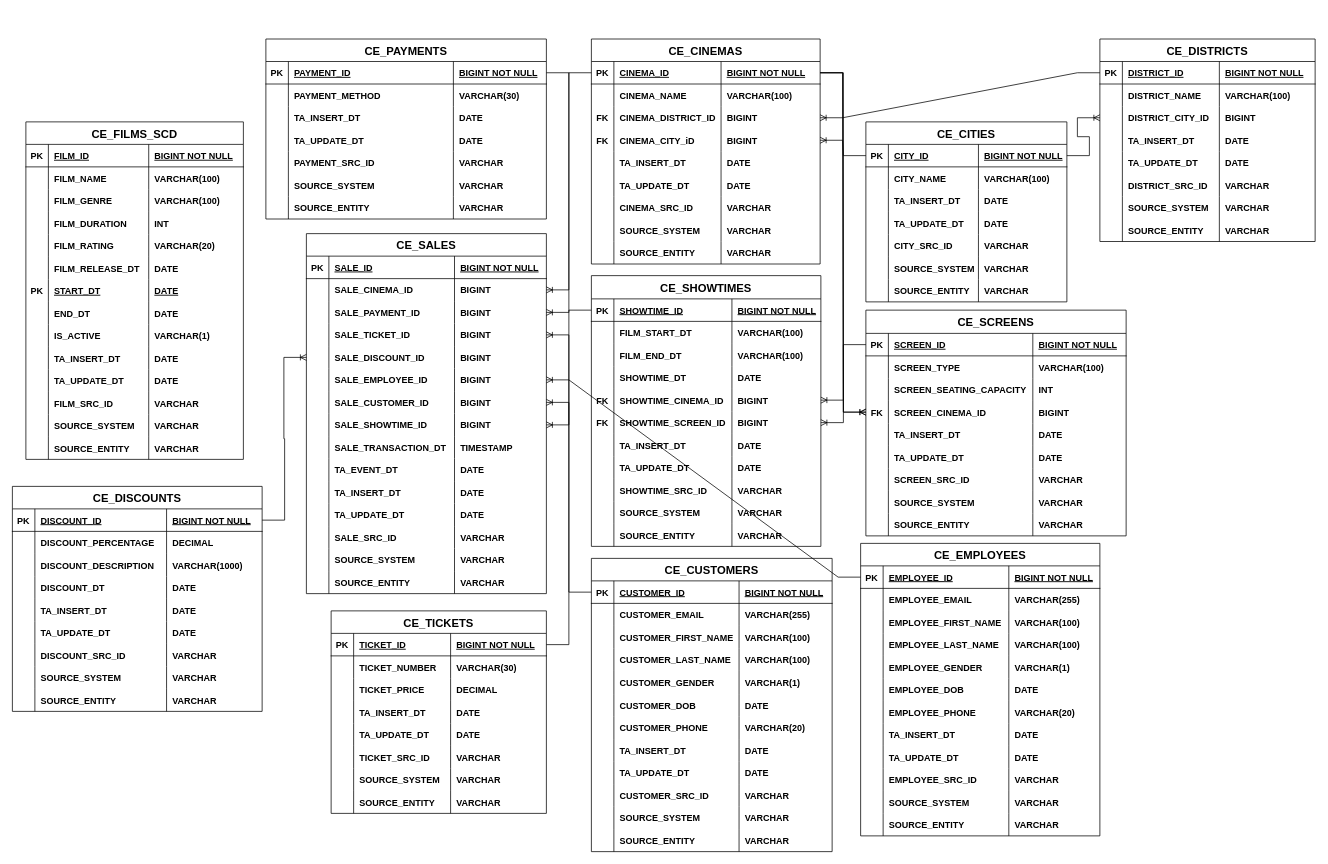
Above: ticket_sales_3NF.drawio in GiorgiEz/DB-modeling (draw.io), before the change. Source tidied: cells renumbered, new cells numbered last; positions are measured from the earlier drawing's top-left corner, leaving out a move shared by most shapes. Both pictures are drawn from the tidied source at 75%, with x=0, y=0 at pixel (12, 12).
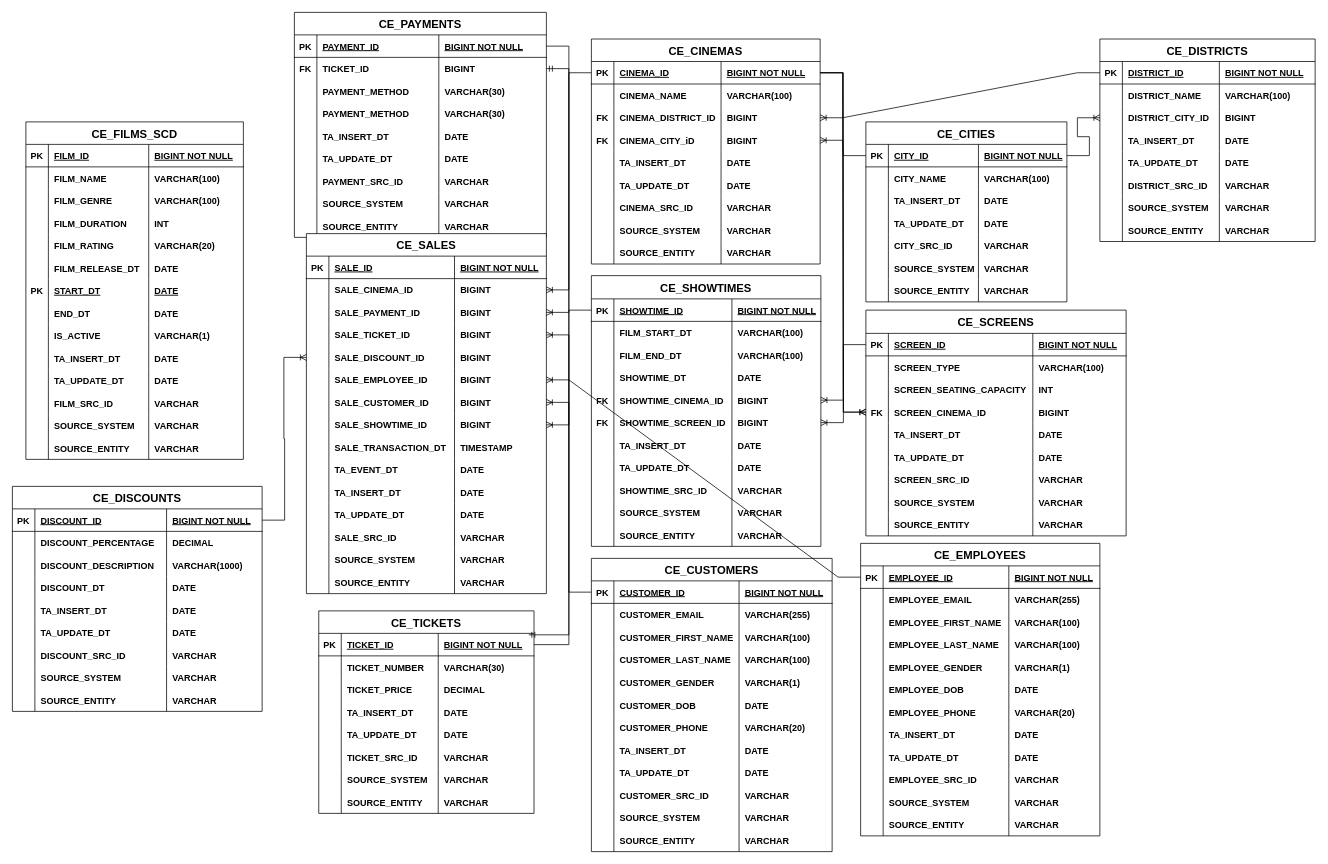
The same diagram, later.

The change refers to these unchanged cells:
```xml
<mxCell id="171" style="shape=partialRectangle;fillColor=none;points=[[0,0.5],[1,0.5]];portConstraint=eastwest;top=0;left=0;right=0;bottom=1;" parent="170" vertex="1">
  <mxGeometry y="30" width="287" height="30" as="geometry" />
</mxCell>
```

The edit, as a diff of the source:
```diff
@@
     <mxCell id="170" value="CE_TICKETS" style="shape=table;startSize=30;childLayout=tableLayout;rowLines=0;fontStyle=1;align=center;fontSize=15;" parent="1" vertex="1">
-      <mxGeometry x="425" y="798" width="287" height="270" as="geometry" />
+      <mxGeometry x="408.5" y="798" width="287" height="270" as="geometry" />
     </mxCell>
@@
     <mxCell id="203" value="CE_PAYMENTS" style="shape=table;startSize=30;childLayout=tableLayout;rowLines=0;fontStyle=1;align=center;fontSize=15;" parent="1" vertex="1">
-      <mxGeometry x="338" y="35.5" width="374" height="240" as="geometry" />
+      <mxGeometry x="376" width="336" height="300" as="geometry" />
     </mxCell>
     <mxCell id="204" style="shape=partialRectangle;fillColor=none;points=[[0,0.5],[1,0.5]];portConstraint=eastwest;top=0;left=0;right=0;bottom=1;" parent="203" vertex="1">
-      <mxGeometry y="30" width="374" height="30" as="geometry" />
+      <mxGeometry y="30" width="336" height="30" as="geometry" />
     </mxCell>
@@
     <mxCell id="206" value="PAYMENT_ID" style="shape=partialRectangle;overflow=hidden;fillColor=none;top=0;left=0;bottom=0;right=0;align=left;spacingLeft=6;fontStyle=5;" parent="204" vertex="1">
-      <mxGeometry x="30" width="220" height="30" as="geometry" />
+      <mxGeometry x="30" width="162.6" height="30" as="geometry" />
     </mxCell>
     <mxCell id="207" value="BIGINT NOT NULL" style="shape=partialRectangle;overflow=hidden;fillColor=none;top=0;left=0;bottom=0;right=0;align=left;spacingLeft=6;fontStyle=5;" parent="204" vertex="1">
-      <mxGeometry x="250" width="124" height="30" as="geometry" />
+      <mxGeometry x="192.6" width="143.4" height="30" as="geometry" />
     </mxCell>
+    <mxCell id="512" style="shape=partialRectangle;fillColor=none;points=[[0,0.5],[1,0.5]];portConstraint=eastwest;top=0;left=0;right=0;bottom=0;" parent="203" vertex="1">
+      <mxGeometry y="60" width="336" height="30" as="geometry" />
+    </mxCell>
+    <mxCell id="513" value="FK" style="shape=partialRectangle;overflow=hidden;fillColor=none;top=0;left=0;bottom=0;right=0;fontStyle=1;" parent="512" vertex="1">
+      <mxGeometry width="30" height="30" as="geometry" />
+    </mxCell>
+    <mxCell id="514" value="TICKET_ID" style="shape=partialRectangle;overflow=hidden;fillColor=none;top=0;left=0;bottom=0;right=0;align=left;spacingLeft=6;fontStyle=1;" parent="512" vertex="1">
+      <mxGeometry x="30" width="162.6" height="30" as="geometry" />
+    </mxCell>
+    <mxCell id="515" value="BIGINT" style="shape=partialRectangle;overflow=hidden;fillColor=none;top=0;left=0;bottom=0;right=0;align=left;spacingLeft=6;fontStyle=1;" parent="512" vertex="1">
+      <mxGeometry x="192.6" width="143.4" height="30" as="geometry" />
+    </mxCell>
+    <mxCell id="516" style="shape=partialRectangle;fillColor=none;top=0;left=0;right=0;bottom=0;" parent="203" vertex="1">
+      <mxGeometry y="90" width="336" height="30" as="geometry" />
+    </mxCell>
+    <mxCell id="517" style="shape=partialRectangle;overflow=hidden;fillColor=none;top=0;left=0;bottom=0;right=0;" parent="516" vertex="1">
+      <mxGeometry width="30" height="30" as="geometry" />
+    </mxCell>
+    <mxCell id="518" value="PAYMENT_METHOD" style="shape=partialRectangle;overflow=hidden;fillColor=none;top=0;left=0;bottom=0;right=0;align=left;spacingLeft=6;fontStyle=1;" parent="516" vertex="1">
+      <mxGeometry x="30" width="162.6" height="30" as="geometry" />
+    </mxCell>
+    <mxCell id="519" value="VARCHAR(30)" style="shape=partialRectangle;overflow=hidden;fillColor=none;top=0;left=0;bottom=0;right=0;align=left;spacingLeft=6;fontStyle=1;" parent="516" vertex="1">
+      <mxGeometry x="192.6" width="143.4" height="30" as="geometry" />
+    </mxCell>
     <mxCell id="208" style="shape=partialRectangle;fillColor=none;top=0;left=0;right=0;bottom=0;" parent="203" vertex="1">
-      <mxGeometry y="60" width="374" height="30" as="geometry" />
+      <mxGeometry y="120" width="336" height="30" as="geometry" />
     </mxCell>
@@
     <mxCell id="210" value="PAYMENT_METHOD" style="shape=partialRectangle;overflow=hidden;fillColor=none;top=0;left=0;bottom=0;right=0;align=left;spacingLeft=6;fontStyle=1;" parent="208" vertex="1">
-      <mxGeometry x="30" width="220" height="30" as="geometry" />
+      <mxGeometry x="30" width="162.6" height="30" as="geometry" />
     </mxCell>
     <mxCell id="211" value="VARCHAR(30)" style="shape=partialRectangle;overflow=hidden;fillColor=none;top=0;left=0;bottom=0;right=0;align=left;spacingLeft=6;fontStyle=1;" parent="208" vertex="1">
-      <mxGeometry x="250" width="124" height="30" as="geometry" />
+      <mxGeometry x="192.6" width="143.4" height="30" as="geometry" />
     </mxCell>
     <mxCell id="212" style="shape=partialRectangle;fillColor=none;top=0;left=0;right=0;bottom=0;" parent="203" vertex="1">
-      <mxGeometry y="90" width="374" height="30" as="geometry" />
+      <mxGeometry y="150" width="336" height="30" as="geometry" />
     </mxCell>
@@
     <mxCell id="214" value="TA_INSERT_DT" style="shape=partialRectangle;overflow=hidden;fillColor=none;top=0;left=0;bottom=0;right=0;align=left;spacingLeft=6;fontStyle=1;" parent="212" vertex="1">
-      <mxGeometry x="30" width="220" height="30" as="geometry" />
+      <mxGeometry x="30" width="162.6" height="30" as="geometry" />
     </mxCell>
     <mxCell id="215" value="DATE" style="shape=partialRectangle;overflow=hidden;fillColor=none;top=0;left=0;bottom=0;right=0;align=left;spacingLeft=6;fontStyle=1;" parent="212" vertex="1">
-      <mxGeometry x="250" width="124" height="30" as="geometry" />
+      <mxGeometry x="192.6" width="143.4" height="30" as="geometry" />
     </mxCell>
     <mxCell id="216" style="shape=partialRectangle;fillColor=none;top=0;left=0;right=0;bottom=0;" parent="203" vertex="1">
-      <mxGeometry y="120" width="374" height="30" as="geometry" />
+      <mxGeometry y="180" width="336" height="30" as="geometry" />
     </mxCell>
@@
     <mxCell id="218" value="TA_UPDATE_DT" style="shape=partialRectangle;overflow=hidden;fillColor=none;top=0;left=0;bottom=0;right=0;align=left;spacingLeft=6;fontStyle=1;" parent="216" vertex="1">
-      <mxGeometry x="30" width="220" height="30" as="geometry" />
+      <mxGeometry x="30" width="162.6" height="30" as="geometry" />
     </mxCell>
     <mxCell id="219" value="DATE" style="shape=partialRectangle;overflow=hidden;fillColor=none;top=0;left=0;bottom=0;right=0;align=left;spacingLeft=6;fontStyle=1;" parent="216" vertex="1">
-      <mxGeometry x="250" width="124" height="30" as="geometry" />
+      <mxGeometry x="192.6" width="143.4" height="30" as="geometry" />
     </mxCell>
     <mxCell id="220" style="shape=partialRectangle;fillColor=none;top=0;left=0;right=0;bottom=0;" parent="203" vertex="1">
-      <mxGeometry y="150" width="374" height="30" as="geometry" />
+      <mxGeometry y="210" width="336" height="30" as="geometry" />
     </mxCell>
@@
     <mxCell id="222" value="PAYMENT_SRC_ID" style="shape=partialRectangle;overflow=hidden;fillColor=none;top=0;left=0;bottom=0;right=0;align=left;spacingLeft=6;fontStyle=1;" parent="220" vertex="1">
-      <mxGeometry x="30" width="220" height="30" as="geometry" />
+      <mxGeometry x="30" width="162.6" height="30" as="geometry" />
     </mxCell>
     <mxCell id="223" value="VARCHAR" style="shape=partialRectangle;overflow=hidden;fillColor=none;top=0;left=0;bottom=0;right=0;align=left;spacingLeft=6;fontStyle=1;" parent="220" vertex="1">
-      <mxGeometry x="250" width="124" height="30" as="geometry" />
+      <mxGeometry x="192.6" width="143.4" height="30" as="geometry" />
     </mxCell>
     <mxCell id="224" style="shape=partialRectangle;fillColor=none;top=0;left=0;right=0;bottom=0;" parent="203" vertex="1">
-      <mxGeometry y="180" width="374" height="30" as="geometry" />
+      <mxGeometry y="240" width="336" height="30" as="geometry" />
     </mxCell>
@@
     <mxCell id="226" value="SOURCE_SYSTEM" style="shape=partialRectangle;overflow=hidden;fillColor=none;top=0;left=0;bottom=0;right=0;align=left;spacingLeft=6;fontStyle=1;" parent="224" vertex="1">
-      <mxGeometry x="30" width="220" height="30" as="geometry" />
+      <mxGeometry x="30" width="162.6" height="30" as="geometry" />
     </mxCell>
     <mxCell id="227" value="VARCHAR" style="shape=partialRectangle;overflow=hidden;fillColor=none;top=0;left=0;bottom=0;right=0;align=left;spacingLeft=6;fontStyle=1;" parent="224" vertex="1">
-      <mxGeometry x="250" width="124" height="30" as="geometry" />
+      <mxGeometry x="192.6" width="143.4" height="30" as="geometry" />
     </mxCell>
     <mxCell id="228" style="shape=partialRectangle;fillColor=none;top=0;left=0;right=0;bottom=0;" parent="203" vertex="1">
-      <mxGeometry y="210" width="374" height="30" as="geometry" />
+      <mxGeometry y="270" width="336" height="30" as="geometry" />
     </mxCell>
@@
     <mxCell id="230" value="SOURCE_ENTITY" style="shape=partialRectangle;overflow=hidden;fillColor=none;top=0;left=0;bottom=0;right=0;align=left;spacingLeft=6;fontStyle=1;" parent="228" vertex="1">
-      <mxGeometry x="30" width="220" height="30" as="geometry" />
+      <mxGeometry x="30" width="162.6" height="30" as="geometry" />
     </mxCell>
     <mxCell id="231" value="VARCHAR" style="shape=partialRectangle;overflow=hidden;fillColor=none;top=0;left=0;bottom=0;right=0;align=left;spacingLeft=6;fontStyle=1;" parent="228" vertex="1">
-      <mxGeometry x="250" width="124" height="30" as="geometry" />
+      <mxGeometry x="192.6" width="143.4" height="30" as="geometry" />
     </mxCell>
@@
+    <mxCell id="520" style="edgeStyle=entityRelationEdgeStyle;fontSize=12;html=1;endArrow=ERmandOne;startArrow=ERmandOne;rounded=0;exitX=0.976;exitY=0.064;exitDx=0;exitDy=0;exitPerimeter=0;" parent="1" edge="1" source="171" target="512">
+      <mxGeometry relative="1" as="geometry" />
+    </mxCell>
```
